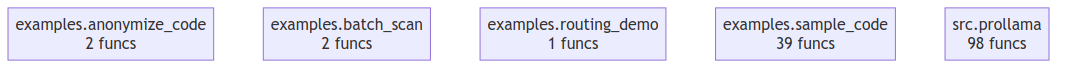
The Mermaid diagram project/compact_flow.png in pro-llama/prollama, before a commit. Its source is kept beside it as project/compact_flow.mmd.
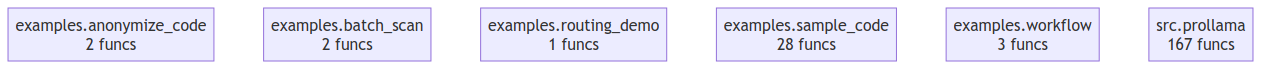
After the change.

Change to the diagram source:
```diff
@@ -2,5 +2,6 @@
     examples__anonymize_code["examples.anonymize_code<br/>2 funcs"]
     examples__batch_scan["examples.batch_scan<br/>2 funcs"]
     examples__routing_demo["examples.routing_demo<br/>1 funcs"]
-    examples__sample_code["examples.sample_code<br/>39 funcs"]
-    src__prollama["src.prollama<br/>98 funcs"]
+    examples__sample_code["examples.sample_code<br/>28 funcs"]
+    examples__workflow["examples.workflow<br/>3 funcs"]
+    src__prollama["src.prollama<br/>167 funcs"]
```
